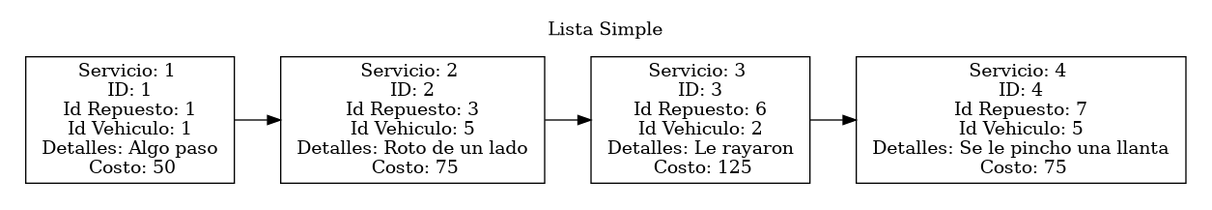
This is Proyecto-Fase 1/Reportes/Cola.png from Rodrigo-1504/-EDD-1S2025_202202854, a Graphviz export, as it was before one commit. Its source is kept beside it as Proyecto-Fase 1/Reportes/Cola.dot.
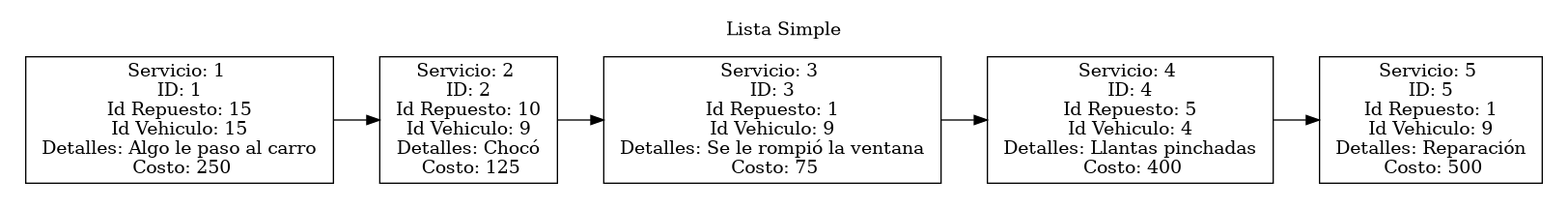
The same file after the commit.

What changed in the source:
```diff
@@ -4,12 +4,14 @@
 	rankdir=LR;
 	subgraph cluster_0{
 		label = "Lista Simple";
-			n0 [label = "{Servicio: 1 \n ID: 1 \n Id Repuesto: 1 \n Id Vehiculo: 1 \n Detalles: Algo paso \n Costo: 50}"];
-			n1 [label = "{Servicio: 2 \n ID: 2 \n Id Repuesto: 3 \n Id Vehiculo: 5 \n Detalles: Roto de un lado \n Costo: 75}"];
-			n2 [label = "{Servicio: 3 \n ID: 3 \n Id Repuesto: 6 \n Id Vehiculo: 2 \n Detalles: Le rayaron \n Costo: 125}"];
-			n3 [label = "{Servicio: 4 \n ID: 4 \n Id Repuesto: 7 \n Id Vehiculo: 5 \n Detalles: Se le pincho una llanta \n Costo: 75}"];
+			n0 [label = "{Servicio: 1 \n ID: 1 \n Id Repuesto: 15 \n Id Vehiculo: 15 \n Detalles: Algo le paso al carro \n Costo: 250}"];
+			n1 [label = "{Servicio: 2 \n ID: 2 \n Id Repuesto: 10 \n Id Vehiculo: 9 \n Detalles: Chocó \n Costo: 125}"];
+			n2 [label = "{Servicio: 3 \n ID: 3 \n Id Repuesto: 1 \n Id Vehiculo: 9 \n Detalles: Se le rompió la ventana \n Costo: 75}"];
+			n3 [label = "{Servicio: 4 \n ID: 4 \n Id Repuesto: 5 \n Id Vehiculo: 4 \n Detalles: Llantas pinchadas \n Costo: 400}"];
+			n4 [label = "{Servicio: 5 \n ID: 5 \n Id Repuesto: 1 \n Id Vehiculo: 9 \n Detalles: Reparación \n Costo: 500}"];
 			n0 -> n1;
 			n1 -> n2;
 			n2 -> n3;
+			n3 -> n4;
 		}
 }
```
